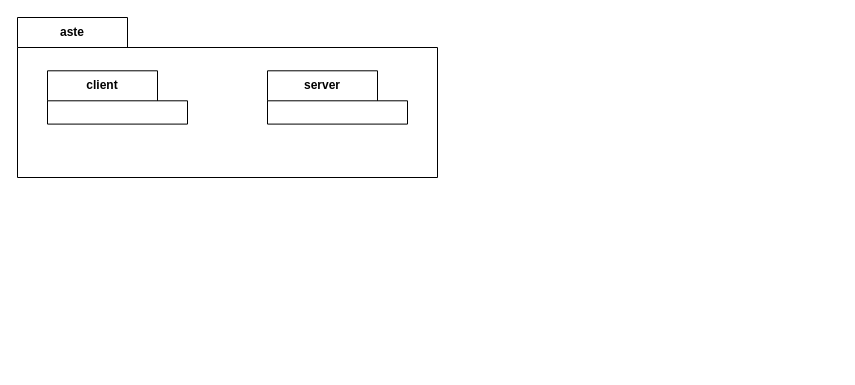
Before: documenti/Diagramma Package.drawio in Chaos-Rat/GAO, a draw.io diagram. Source tidied: cells renumbered, new cells numbered last; positions are measured from the earlier drawing's top-left corner, leaving out a move shared by most shapes. Both pictures are drawn from the tidied source at 100%, with x=0, y=0 at pixel (17, 17).
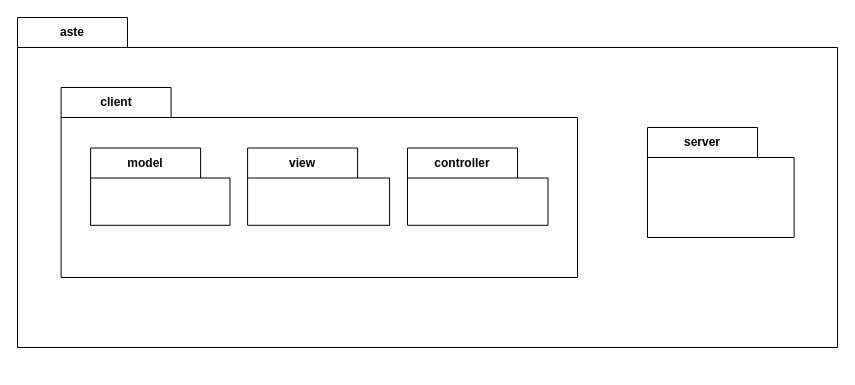
The same page after the edit.

Diff of the diagram source:
```diff
@@
 <mxGraphModel>
   <root>
     <mxCell id="0" />
     <mxCell id="1" parent="0" />
     <mxCell id="2" value="aste" style="shape=folder;fontStyle=1;tabWidth=110;tabHeight=30;tabPosition=left;html=1;boundedLbl=1;labelInHeader=1;whiteSpace=wrap;" parent="1" vertex="1">
-      <mxGeometry width="420" height="160" as="geometry" />
+      <mxGeometry width="820" height="330" as="geometry" />
     </mxCell>
     <mxCell id="3" style="html=1;strokeColor=none;fillColor=none;whiteSpace=wrap;" parent="2" vertex="1">
-      <mxGeometry width="672" height="320" relative="1" as="geometry">
+      <mxGeometry width="820" height="300" relative="1" as="geometry">
         <mxPoint y="30" as="offset" />
       </mxGeometry>
     </mxCell>
     <mxCell id="4" value="client" style="shape=folder;fontStyle=1;tabWidth=110;tabHeight=30;tabPosition=left;html=1;boundedLbl=1;labelInHeader=1;whiteSpace=wrap;" parent="2" vertex="1">
-      <mxGeometry x="30" y="53.3" width="140" height="53.3" as="geometry" />
+      <mxGeometry x="43.6" y="70" width="516.4" height="190" as="geometry" />
     </mxCell>
     <mxCell id="5" style="html=1;strokeColor=none;fillColor=none;whiteSpace=wrap;" parent="4" vertex="1">
-      <mxGeometry width="140" height="44.91" relative="1" as="geometry">
+      <mxGeometry width="490.07" height="71.25" relative="1" as="geometry">
         <mxPoint y="30" as="offset" />
       </mxGeometry>
     </mxCell>
+    <mxCell id="8" value="model" style="shape=folder;fontStyle=1;tabWidth=110;tabHeight=30;tabPosition=left;html=1;boundedLbl=1;labelInHeader=1;whiteSpace=wrap;" parent="4" vertex="1">
+      <mxGeometry x="29.5" y="60.5" width="139.4" height="77.3" as="geometry" />
+    </mxCell>
+    <mxCell id="9" style="html=1;strokeColor=none;fillColor=none;whiteSpace=wrap;" parent="8" vertex="1">
+      <mxGeometry width="139.44" height="28.99" relative="1" as="geometry">
+        <mxPoint y="30" as="offset" />
+      </mxGeometry>
+    </mxCell>
+    <mxCell id="10" value="view" style="shape=folder;fontStyle=1;tabWidth=110;tabHeight=30;tabPosition=left;html=1;boundedLbl=1;labelInHeader=1;whiteSpace=wrap;" parent="4" vertex="1">
+      <mxGeometry x="186.5" y="60.5" width="142" height="77.3" as="geometry" />
+    </mxCell>
+    <mxCell id="11" style="html=1;strokeColor=none;fillColor=none;whiteSpace=wrap;" parent="10" vertex="1">
+      <mxGeometry width="142.01" height="28.99" relative="1" as="geometry">
+        <mxPoint y="30" as="offset" />
+      </mxGeometry>
+    </mxCell>
+    <mxCell id="12" value="controller" style="shape=folder;fontStyle=1;tabWidth=110;tabHeight=30;tabPosition=left;html=1;boundedLbl=1;labelInHeader=1;whiteSpace=wrap;" parent="4" vertex="1">
+      <mxGeometry x="346.4" y="60.5" width="140.5" height="77.3" as="geometry" />
+    </mxCell>
+    <mxCell id="13" style="html=1;strokeColor=none;fillColor=none;whiteSpace=wrap;" parent="12" vertex="1">
+      <mxGeometry width="140.52" height="28.99" relative="1" as="geometry">
+        <mxPoint y="30" as="offset" />
+      </mxGeometry>
+    </mxCell>
     <mxCell id="6" value="server" style="shape=folder;fontStyle=1;tabWidth=110;tabHeight=30;tabPosition=left;html=1;boundedLbl=1;labelInHeader=1;whiteSpace=wrap;" parent="2" vertex="1">
-      <mxGeometry x="250" y="53.3" width="140" height="53.3" as="geometry" />
+      <mxGeometry x="630" y="110" width="146.6" height="110" as="geometry" />
     </mxCell>
     <mxCell id="7" style="html=1;strokeColor=none;fillColor=none;whiteSpace=wrap;" parent="6" vertex="1">
-      <mxGeometry width="140" height="44.91" relative="1" as="geometry">
+      <mxGeometry width="146.64" height="92.63" relative="1" as="geometry">
         <mxPoint y="30" as="offset" />
       </mxGeometry>
     </mxCell>
   </root>
 </mxGraphModel>
```
